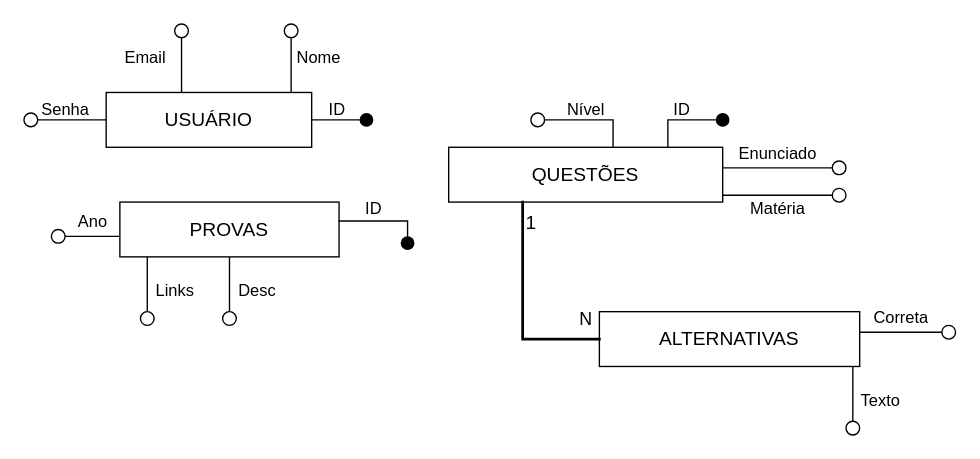
This is DER.drawio from leticiapuertas/DER, a draw.io file, before an edit. Source tidied: cells renumbered, new cells numbered last; positions are measured from the earlier drawing's top-left corner, leaving out a move shared by most shapes. Both pictures are drawn from the tidied source at 137%, with x=0, y=0 at pixel (23, 23).
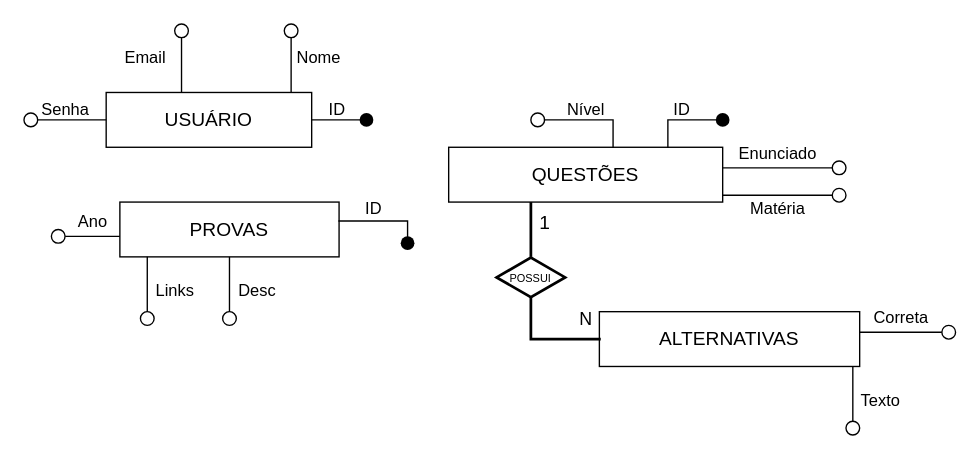
The same page after the edit.

The edit, as a diff of the source:
```diff
@@
     <mxCell id="48" style="shape=partialRectangle;whiteSpace=wrap;html=1;bottom=0;right=0;fillColor=none;strokeWidth=2;flipV=1;" parent="1" vertex="1">
-      <mxGeometry x="364" y="130" width="56" height="100" as="geometry" />
+      <mxGeometry x="370" y="200" width="50" height="30" as="geometry" />
     </mxCell>
     <mxCell id="49" value="&lt;font style=&quot;font-size: 14px;&quot;&gt;1&lt;/font&gt;" style="text;html=1;align=center;verticalAlign=middle;strokeColor=none;fillColor=none;" parent="1" vertex="1">
-      <mxGeometry x="355" y="130" width="30" height="30" as="geometry" />
+      <mxGeometry x="365" y="130" width="30" height="30" as="geometry" />
     </mxCell>
@@
+    <mxCell id="51" value="&lt;span style=&quot;font-size: 8px;&quot;&gt;POSSUI&lt;/span&gt;" style="html=1;whiteSpace=wrap;shape=isoRectangle;strokeWidth=2;" parent="1" vertex="1">
+      <mxGeometry x="345" y="170" width="50" height="30" as="geometry" />
+    </mxCell>
+    <mxCell id="52" style="line;strokeWidth=2;direction=south;html=1;perimeter=backbonePerimeter;" parent="1" vertex="1">
+      <mxGeometry x="365" y="130" width="10" height="40" as="geometry" />
+    </mxCell>
```
